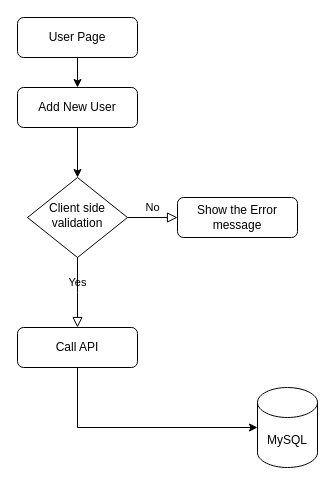
This is adduser.drawio from baraneetharan/worksheet, a draw.io file, before an edit. Source tidied: cells renumbered, new cells numbered last; positions are measured from the earlier drawing's top-left corner, leaving out a move shared by most shapes. Both pictures are drawn from the tidied source at 100%, with x=0, y=0 at pixel (17, 17).
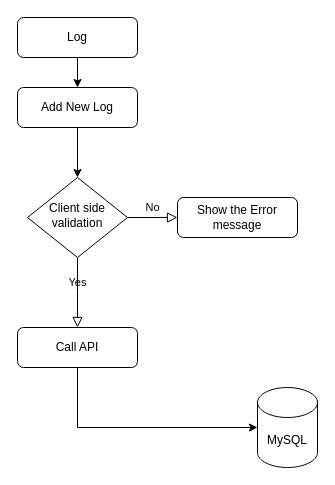
The same page after the edit.

Diff of the diagram source:
```diff
@@
 <mxGraphModel>
   <root>
     <mxCell id="0" />
     <mxCell id="1" parent="0" />
     <mxCell id="2" value="No" style="edgeStyle=orthogonalEdgeStyle;rounded=0;html=1;jettySize=auto;fontSize=11;endArrow=block;endFill=0;endSize=8;strokeWidth=1;shadow=0;labelBackgroundColor=none;" parent="1" edge="1" source="3" target="4">
       <mxGeometry y="10" relative="1" as="geometry" />
     </mxCell>
     <mxCell id="3" value="Client side validation" style="rhombus;whiteSpace=wrap;html=1;shadow=0;fontFamily=Helvetica;fontSize=12;align=center;strokeWidth=1;spacing=6;spacingTop=-4;" parent="1" vertex="1">
       <mxGeometry x="10" y="160" width="100" height="80" as="geometry" />
     </mxCell>
     <mxCell id="4" value="Show the Error message" style="rounded=1;whiteSpace=wrap;html=1;fontSize=12;glass=0;strokeWidth=1;shadow=0;" parent="1" vertex="1">
       <mxGeometry x="160" y="180" width="120" height="40" as="geometry" />
     </mxCell>
     <mxCell id="5" style="edgeStyle=orthogonalEdgeStyle;rounded=0;jettySize=auto;html=1;exitX=0.5;exitY=1;exitDx=0;exitDy=0;" parent="1" edge="1" source="6">
       <mxGeometry relative="1" as="geometry">
         <mxPoint x="60" y="70" as="targetPoint" />
       </mxGeometry>
     </mxCell>
-    <mxCell id="6" value="User Page" style="rounded=1;whiteSpace=wrap;html=1;" parent="1" vertex="1">
+    <mxCell id="6" value="Log" style="rounded=1;whiteSpace=wrap;html=1;" parent="1" vertex="1">
       <mxGeometry width="120" height="40" as="geometry" />
     </mxCell>
-    <mxCell id="7" value="Add New User" style="rounded=1;whiteSpace=wrap;html=1;" parent="1" vertex="1">
+    <mxCell id="7" value="Add New Log" style="rounded=1;whiteSpace=wrap;html=1;" parent="1" vertex="1">
       <mxGeometry y="70" width="120" height="40" as="geometry" />
     </mxCell>
     <mxCell id="8" style="endArrow=classic;html=1;rounded=0;" parent="1" edge="1" target="3">
       <mxGeometry relative="1" as="geometry">
         <mxPoint x="60" y="110" as="sourcePoint" />
       </mxGeometry>
     </mxCell>
     <mxCell id="9" value="Yes" style="edgeStyle=orthogonalEdgeStyle;rounded=0;html=1;jettySize=auto;fontSize=11;endArrow=block;endFill=0;endSize=8;strokeWidth=1;shadow=0;labelBackgroundColor=none;exitX=0.5;exitY=1;exitDx=0;exitDy=0;" parent="1" edge="1" source="3">
       <mxGeometry y="10" relative="1" as="geometry">
         <mxPoint x="60" y="310" as="targetPoint" />
       </mxGeometry>
     </mxCell>
     <mxCell id="10" value="Call API" style="rounded=1;whiteSpace=wrap;html=1;fontSize=12;glass=0;strokeWidth=1;shadow=0;" parent="1" vertex="1">
       <mxGeometry y="310" width="120" height="40" as="geometry" />
     </mxCell>
     <mxCell id="11" value="MySQL" style="shape=cylinder3;whiteSpace=wrap;html=1;boundedLbl=1;backgroundOutline=1;size=15;" parent="1" vertex="1">
       <mxGeometry x="240" y="370" width="60" height="80" as="geometry" />
     </mxCell>
     <mxCell id="12" style="endArrow=classic;html=1;rounded=0;" parent="1" edge="1">
       <mxGeometry relative="1" as="geometry">
         <mxPoint x="60" y="350" as="sourcePoint" />
         <mxPoint x="240" y="410" as="targetPoint" />
         <Array as="points">
           <mxPoint x="60" y="410" />
         </Array>
       </mxGeometry>
     </mxCell>
   </root>
 </mxGraphModel>
```
